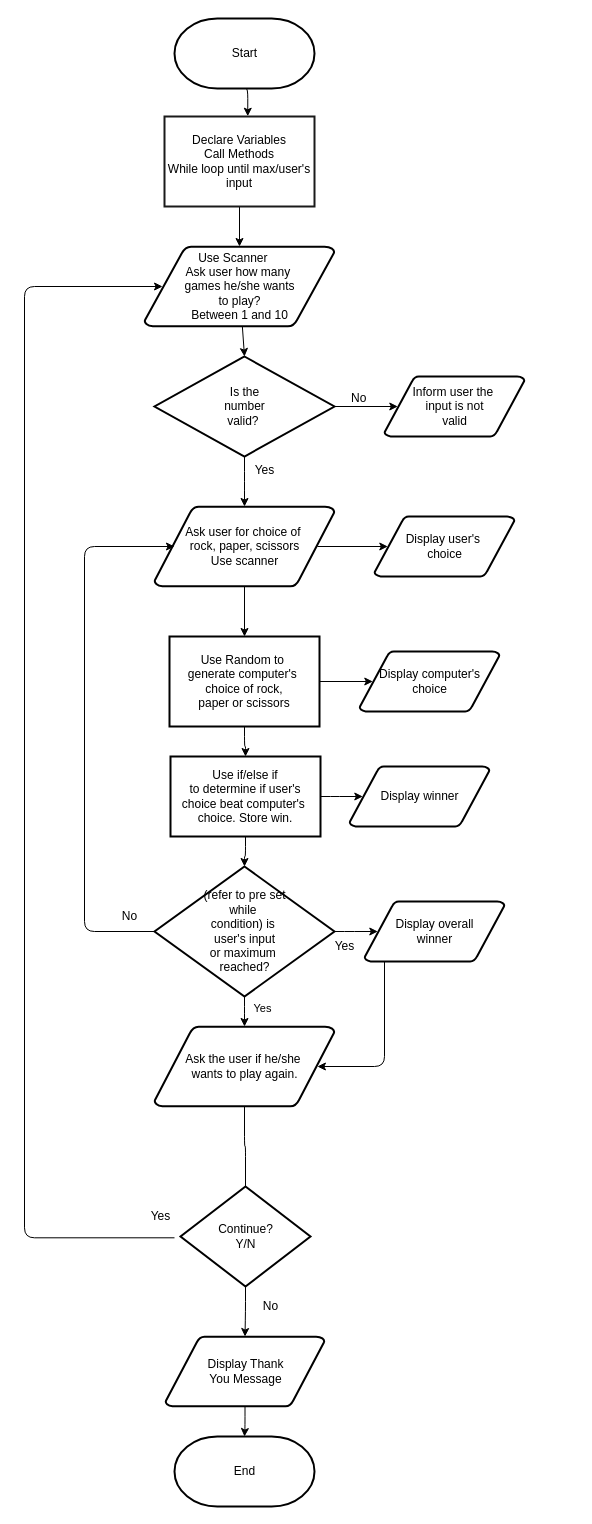
This is FlowChart.drawio from Shamsah-coder/Shamsah-coder, a draw.io file, before an edit. Source tidied: cells renumbered, new cells numbered last; positions are measured from the earlier drawing's top-left corner, leaving out a move shared by most shapes. Both pictures are drawn from the tidied source at 100%, with x=0, y=0 at pixel (24, 18).
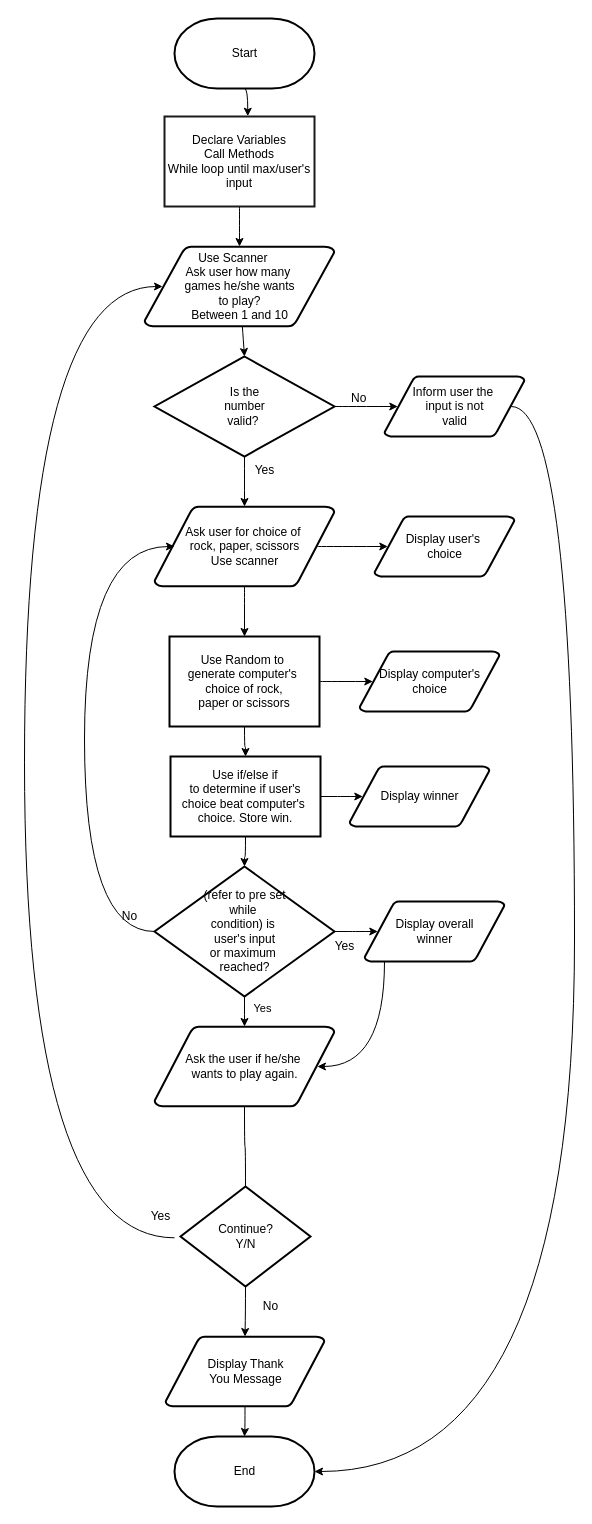
The same diagram, later.

The change refers to these unchanged cells:
```xml
<mxCell id="3" value="Start" style="shape=mxgraph.flowchart.terminator;strokeWidth=2;gradientDirection=north;fontStyle=0;html=1;" parent="1" vertex="1">
  <mxGeometry x="150" width="140" height="70" as="geometry" />
</mxCell>
<mxCell id="6" value="Ask user for choice of&amp;nbsp;&lt;br&gt;rock, paper, scissors&lt;br&gt;Use scanner" style="shape=mxgraph.flowchart.data;strokeWidth=2;gradientDirection=north;fontStyle=0;html=1;" parent="1" vertex="1">
  <mxGeometry x="130" y="488" width="180" height="80" as="geometry" />
</mxCell>
<mxCell id="7" value="Use Scanner&amp;nbsp; &amp;nbsp;&amp;nbsp;&lt;br&gt;Ask user how many&amp;nbsp;&lt;br&gt;games he/she wants&lt;br&gt;to play?&lt;br&gt;Between 1 and 10" style="shape=mxgraph.flowchart.data;strokeWidth=2;gradientDirection=north;fontStyle=0;html=1;" parent="1" vertex="1">
  <mxGeometry x="120" y="228" width="190" height="80" as="geometry" />
</mxCell>
<mxCell id="9" value="Is the &lt;br&gt;number&lt;br&gt;valid?&amp;nbsp;&lt;br&gt;" style="shape=mxgraph.flowchart.decision;strokeWidth=2;gradientDirection=north;fontStyle=0;html=1;" parent="1" vertex="1">
  <mxGeometry x="130" y="338" width="180" height="100" as="geometry" />
</mxCell>
<mxCell id="17" value="Declare Variables&lt;br&gt;Call Methods&lt;br&gt;While loop until max/user's&lt;br&gt;input" style="text;html=1;align=center;verticalAlign=middle;whiteSpace=wrap;strokeWidth=2;strokeColor=#1A1A1A;" parent="1" vertex="1">
  <mxGeometry x="140" y="98" width="150" height="90" as="geometry" />
</mxCell>
<mxCell id="20" value="Use Random to&amp;nbsp;&lt;br&gt;generate computer's&amp;nbsp;&lt;br&gt;choice of rock,&lt;br&gt;paper or scissors" style="whiteSpace=wrap;html=1;strokeWidth=2;" parent="1" vertex="1">
  <mxGeometry x="145" y="618" width="150" height="90" as="geometry" />
</mxCell>
<mxCell id="21" value="Display user's&amp;nbsp;&lt;br&gt;choice" style="shape=mxgraph.flowchart.data;strokeWidth=2;gradientDirection=north;fontStyle=0;html=1;" parent="1" vertex="1">
  <mxGeometry x="350" y="498" width="140" height="60" as="geometry" />
</mxCell>
<mxCell id="22" value="Display computer's&lt;br&gt;choice" style="shape=mxgraph.flowchart.data;strokeWidth=2;gradientDirection=north;fontStyle=0;html=1;" parent="1" vertex="1">
  <mxGeometry x="335" y="633" width="140" height="60" as="geometry" />
</mxCell>
<mxCell id="25" value="Use if/else if&lt;br&gt;to determine if user's&lt;br&gt;choice beat computer's&amp;nbsp;&lt;br&gt;choice. Store win." style="whiteSpace=wrap;html=1;strokeWidth=2;" parent="1" vertex="1">
  <mxGeometry x="146" y="738" width="150" height="80" as="geometry" />
</mxCell>
<mxCell id="26" value="Display winner" style="shape=mxgraph.flowchart.data;strokeWidth=2;gradientDirection=north;fontStyle=0;html=1;" parent="1" vertex="1">
  <mxGeometry x="325" y="748" width="140" height="60" as="geometry" />
</mxCell>
<mxCell id="31" value="(refer to pre set &lt;br&gt;while&amp;nbsp;&lt;br&gt;condition) is&amp;nbsp;&lt;br&gt;user's input&lt;br&gt;or maximum&amp;nbsp;&lt;br&gt;reached?" style="shape=mxgraph.flowchart.decision;strokeWidth=2;gradientDirection=north;fontStyle=0;html=1;" parent="1" vertex="1">
  <mxGeometry x="130" y="848" width="180" height="130" as="geometry" />
</mxCell>
<mxCell id="33" value="Ask the user if he/she&amp;nbsp;&lt;br&gt;wants to play again.&lt;br&gt;" style="shape=mxgraph.flowchart.data;strokeWidth=2;gradientDirection=north;fontStyle=0;html=1;" parent="1" vertex="1">
  <mxGeometry x="130" y="1008" width="180" height="80" as="geometry" />
</mxCell>
<mxCell id="35" value="Display overall&lt;br&gt;winner" style="shape=mxgraph.flowchart.data;strokeWidth=2;gradientDirection=north;fontStyle=0;html=1;" parent="1" vertex="1">
  <mxGeometry x="340" y="883" width="140" height="60" as="geometry" />
</mxCell>
<mxCell id="40" value="End" style="shape=mxgraph.flowchart.terminator;strokeWidth=2;gradientDirection=north;fontStyle=0;html=1;" parent="1" vertex="1">
  <mxGeometry x="150" y="1418" width="140" height="70" as="geometry" />
</mxCell>
<mxCell id="41" value="Inform user the&amp;nbsp;&lt;br&gt;input is not&lt;br&gt;valid" style="shape=mxgraph.flowchart.data;strokeWidth=2;gradientDirection=north;fontStyle=0;html=1;" parent="1" vertex="1">
  <mxGeometry x="360" y="358" width="140" height="60" as="geometry" />
</mxCell>
<mxCell id="42" value="Display Thank&lt;br&gt;You Message" style="shape=mxgraph.flowchart.data;strokeWidth=2;gradientDirection=north;fontStyle=0;html=1;" parent="1" vertex="1">
  <mxGeometry x="141" y="1318" width="159" height="70" as="geometry" />
</mxCell>
<mxCell id="43" value="Continue?&lt;br&gt;Y/N" style="shape=mxgraph.flowchart.decision;strokeWidth=2;gradientDirection=north;fontStyle=0;html=1;" parent="1" vertex="1">
  <mxGeometry x="156" y="1168" width="130" height="100" as="geometry" />
</mxCell>
```

Change to the diagram source:
```diff
@@
-    <mxCell id="2" style="edgeStyle=orthogonalEdgeStyle;curved=0;rounded=1;sketch=0;jettySize=auto;html=1;exitX=0.5;exitY=1;exitDx=0;exitDy=0;exitPerimeter=0;entryX=0.555;entryY=-0.003;entryDx=0;entryDy=0;entryPerimeter=0;" parent="1" edge="1" source="3" target="17">
+    <mxCell id="2" style="edgeStyle=orthogonalEdgeStyle;rounded=1;sketch=0;jettySize=auto;html=1;exitX=0.5;exitY=1;exitDx=0;exitDy=0;exitPerimeter=0;entryX=0.555;entryY=-0.003;entryDx=0;entryDy=0;entryPerimeter=0;curved=1;" parent="1" edge="1" source="3" target="17">
       <mxGeometry relative="1" as="geometry" />
     </mxCell>
@@
-    <mxCell id="4" style="edgeStyle=orthogonalEdgeStyle;jettySize=auto;html=1;" parent="1" edge="1" source="6" target="20">
+    <mxCell id="4" style="edgeStyle=orthogonalEdgeStyle;jettySize=auto;html=1;curved=1;" parent="1" edge="1" source="6" target="20">
       <mxGeometry relative="1" as="geometry" />
     </mxCell>
-    <mxCell id="5" style="edgeStyle=orthogonalEdgeStyle;jettySize=auto;html=1;exitX=0.905;exitY=0.5;exitDx=0;exitDy=0;exitPerimeter=0;entryX=0.095;entryY=0.5;entryDx=0;entryDy=0;entryPerimeter=0;" parent="1" edge="1" source="6" target="21">
+    <mxCell id="5" style="edgeStyle=orthogonalEdgeStyle;jettySize=auto;html=1;exitX=0.905;exitY=0.5;exitDx=0;exitDy=0;exitPerimeter=0;entryX=0.095;entryY=0.5;entryDx=0;entryDy=0;entryPerimeter=0;curved=1;" parent="1" edge="1" source="6" target="21">
       <mxGeometry relative="1" as="geometry" />
     </mxCell>
@@
-    <mxCell id="8" style="edgeStyle=orthogonalEdgeStyle;jettySize=auto;html=1;entryX=0.095;entryY=0.5;entryDx=0;entryDy=0;entryPerimeter=0;" parent="1" edge="1" source="9" target="41">
+    <mxCell id="8" style="edgeStyle=orthogonalEdgeStyle;jettySize=auto;html=1;entryX=0.095;entryY=0.5;entryDx=0;entryDy=0;entryPerimeter=0;curved=1;" parent="1" edge="1" source="9" target="41">
       <mxGeometry relative="1" as="geometry" />
     </mxCell>
@@
-    <mxCell id="10" style="entryX=0.5;entryY=0;entryPerimeter=0;fontStyle=1;strokeWidth=1;html=1;" parent="1" edge="1" source="7" target="9">
+    <mxCell id="10" style="entryX=0.5;entryY=0;entryPerimeter=0;fontStyle=1;strokeWidth=1;html=1;curved=1;" parent="1" edge="1" source="7" target="9">
       <mxGeometry relative="1" as="geometry" />
     </mxCell>
@@
-    <mxCell id="12" style="edgeStyle=elbowEdgeStyle;elbow=horizontal;fontStyle=1;strokeWidth=1;html=1;" parent="1" edge="1" source="9" target="6">
+    <mxCell id="12" style="edgeStyle=elbowEdgeStyle;elbow=horizontal;fontStyle=1;strokeWidth=1;html=1;curved=1;" parent="1" edge="1" source="9" target="6">
       <mxGeometry as="geometry" />
     </mxCell>
@@
-    <mxCell id="14" style="edgeStyle=orthogonalEdgeStyle;jettySize=auto;html=1;" parent="1" edge="1" source="43" target="42">
+    <mxCell id="14" style="edgeStyle=orthogonalEdgeStyle;jettySize=auto;html=1;curved=1;" parent="1" edge="1" source="43" target="42">
       <mxGeometry relative="1" as="geometry" />
     </mxCell>
-    <mxCell id="15" style="edgeStyle=elbowEdgeStyle;elbow=horizontal;entryX=0.095;entryY=0.5;entryPerimeter=0;fontStyle=1;strokeWidth=1;html=1;" parent="1" edge="1" target="7">
+    <mxCell id="15" style="edgeStyle=elbowEdgeStyle;elbow=horizontal;entryX=0.095;entryY=0.5;entryPerimeter=0;fontStyle=1;strokeWidth=1;html=1;curved=1;" parent="1" edge="1" target="7">
       <mxGeometry as="geometry">
         <mxPoint x="150" y="1219.3" as="sourcePoint" />
         <Array as="points">
           <mxPoint y="728" />
         </Array>
       </mxGeometry>
     </mxCell>
-    <mxCell id="16" style="edgeStyle=orthogonalEdgeStyle;jettySize=auto;html=1;" parent="1" edge="1" source="17" target="7">
+    <mxCell id="16" style="edgeStyle=orthogonalEdgeStyle;jettySize=auto;html=1;curved=1;" parent="1" edge="1" source="17" target="7">
       <mxGeometry relative="1" as="geometry" />
     </mxCell>
@@
-    <mxCell id="18" style="edgeStyle=orthogonalEdgeStyle;jettySize=auto;html=1;entryX=0.095;entryY=0.5;entryDx=0;entryDy=0;entryPerimeter=0;" parent="1" edge="1" source="20" target="22">
+    <mxCell id="18" style="edgeStyle=orthogonalEdgeStyle;jettySize=auto;html=1;entryX=0.095;entryY=0.5;entryDx=0;entryDy=0;entryPerimeter=0;curved=1;" parent="1" edge="1" source="20" target="22">
       <mxGeometry relative="1" as="geometry" />
     </mxCell>
-    <mxCell id="19" style="edgeStyle=orthogonalEdgeStyle;jettySize=auto;html=1;" parent="1" edge="1" source="20" target="25">
+    <mxCell id="19" style="edgeStyle=orthogonalEdgeStyle;curved=1;rounded=0;jettySize=auto;html=1;" parent="1" edge="1" source="20" target="25">
       <mxGeometry relative="1" as="geometry" />
     </mxCell>
@@
-    <mxCell id="23" style="edgeStyle=orthogonalEdgeStyle;jettySize=auto;html=1;entryX=0.095;entryY=0.5;entryDx=0;entryDy=0;entryPerimeter=0;" parent="1" edge="1" source="25" target="26">
+    <mxCell id="23" style="edgeStyle=orthogonalEdgeStyle;jettySize=auto;html=1;entryX=0.095;entryY=0.5;entryDx=0;entryDy=0;entryPerimeter=0;curved=1;" parent="1" edge="1" source="25" target="26">
       <mxGeometry relative="1" as="geometry" />
     </mxCell>
-    <mxCell id="24" style="edgeStyle=orthogonalEdgeStyle;jettySize=auto;html=1;" parent="1" edge="1" source="25" target="31">
+    <mxCell id="24" style="edgeStyle=orthogonalEdgeStyle;curved=1;rounded=0;jettySize=auto;html=1;" parent="1" edge="1" source="25" target="31">
       <mxGeometry relative="1" as="geometry" />
     </mxCell>
@@
-    <mxCell id="27" style="edgeStyle=orthogonalEdgeStyle;jettySize=auto;html=1;" parent="1" edge="1" source="31">
+    <mxCell id="27" style="edgeStyle=orthogonalEdgeStyle;jettySize=auto;html=1;curved=1;" parent="1" edge="1" source="31">
       <mxGeometry relative="1" as="geometry">
         <mxPoint x="150" y="528" as="targetPoint" />
         <Array as="points">
           <mxPoint x="60" y="913" />
           <mxPoint x="60" y="528" />
         </Array>
       </mxGeometry>
     </mxCell>
-    <mxCell id="28" style="edgeStyle=orthogonalEdgeStyle;jettySize=auto;html=1;" parent="1" edge="1" source="31" target="33">
+    <mxCell id="28" style="edgeStyle=orthogonalEdgeStyle;jettySize=auto;html=1;curved=1;" parent="1" edge="1" source="31" target="33">
       <mxGeometry relative="1" as="geometry" />
     </mxCell>
@@
-    <mxCell id="30" style="edgeStyle=orthogonalEdgeStyle;jettySize=auto;html=1;entryX=0.095;entryY=0.5;entryDx=0;entryDy=0;entryPerimeter=0;" parent="1" edge="1" source="31" target="35">
+    <mxCell id="30" style="edgeStyle=orthogonalEdgeStyle;jettySize=auto;html=1;entryX=0.095;entryY=0.5;entryDx=0;entryDy=0;entryPerimeter=0;curved=1;" parent="1" edge="1" source="31" target="35">
       <mxGeometry relative="1" as="geometry" />
     </mxCell>
@@
-    <mxCell id="34" style="edgeStyle=orthogonalEdgeStyle;jettySize=auto;html=1;entryX=0.905;entryY=0.5;entryDx=0;entryDy=0;entryPerimeter=0;" parent="1" edge="1" source="35" target="33">
+    <mxCell id="34" style="edgeStyle=orthogonalEdgeStyle;jettySize=auto;html=1;entryX=0.905;entryY=0.5;entryDx=0;entryDy=0;entryPerimeter=0;curved=1;" parent="1" edge="1" source="35" target="33">
       <mxGeometry relative="1" as="geometry">
         <Array as="points">
           <mxPoint x="360" y="1048" />
         </Array>
       </mxGeometry>
     </mxCell>
@@
-    <mxCell id="37" style="edgeStyle=orthogonalEdgeStyle;jettySize=auto;html=1;" parent="1" edge="1" source="42" target="40">
+    <mxCell id="37" style="edgeStyle=orthogonalEdgeStyle;jettySize=auto;html=1;curved=1;" parent="1" edge="1" source="42" target="40">
       <mxGeometry relative="1" as="geometry" />
     </mxCell>
@@
+    <mxCell id="46" style="edgeStyle=orthogonalEdgeStyle;rounded=0;jettySize=auto;html=1;exitX=0.905;exitY=0.5;exitDx=0;exitDy=0;exitPerimeter=0;curved=1;entryX=1;entryY=0.5;entryDx=0;entryDy=0;entryPerimeter=0;" parent="1" edge="1" source="41" target="40">
+      <mxGeometry relative="1" as="geometry">
+        <Array as="points">
+          <mxPoint x="550" y="388" />
+          <mxPoint x="550" y="1453" />
+        </Array>
+      </mxGeometry>
+    </mxCell>
@@
-    <mxCell id="44" style="edgeStyle=orthogonalEdgeStyle;jettySize=auto;html=1;endArrow=none;" parent="1" edge="1" source="33" target="43">
+    <mxCell id="44" style="edgeStyle=orthogonalEdgeStyle;jettySize=auto;html=1;endArrow=none;curved=1;" parent="1" edge="1" source="33" target="43">
       <mxGeometry relative="1" as="geometry" />
     </mxCell>
```
